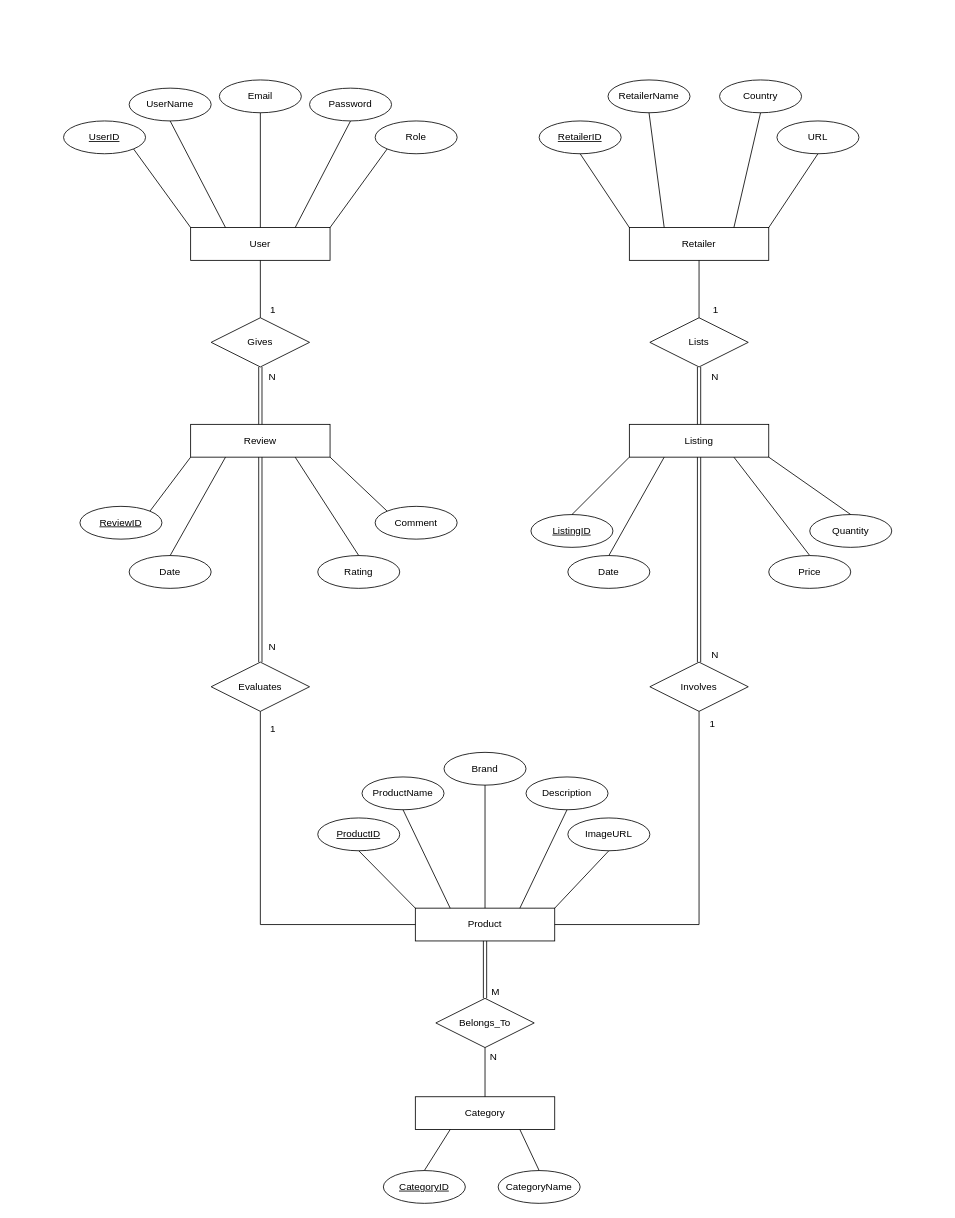
Earlier version of the draw.io diagram CompareIt_Database.drawio (HamdaanMirza/Procrastinators). Source tidied: cells renumbered, new cells numbered last; positions are measured from the earlier drawing's top-left corner, leaving out a move shared by most shapes. Both pictures are drawn from the tidied source at 82%, with x=0, y=0 at pixel (63, 80).
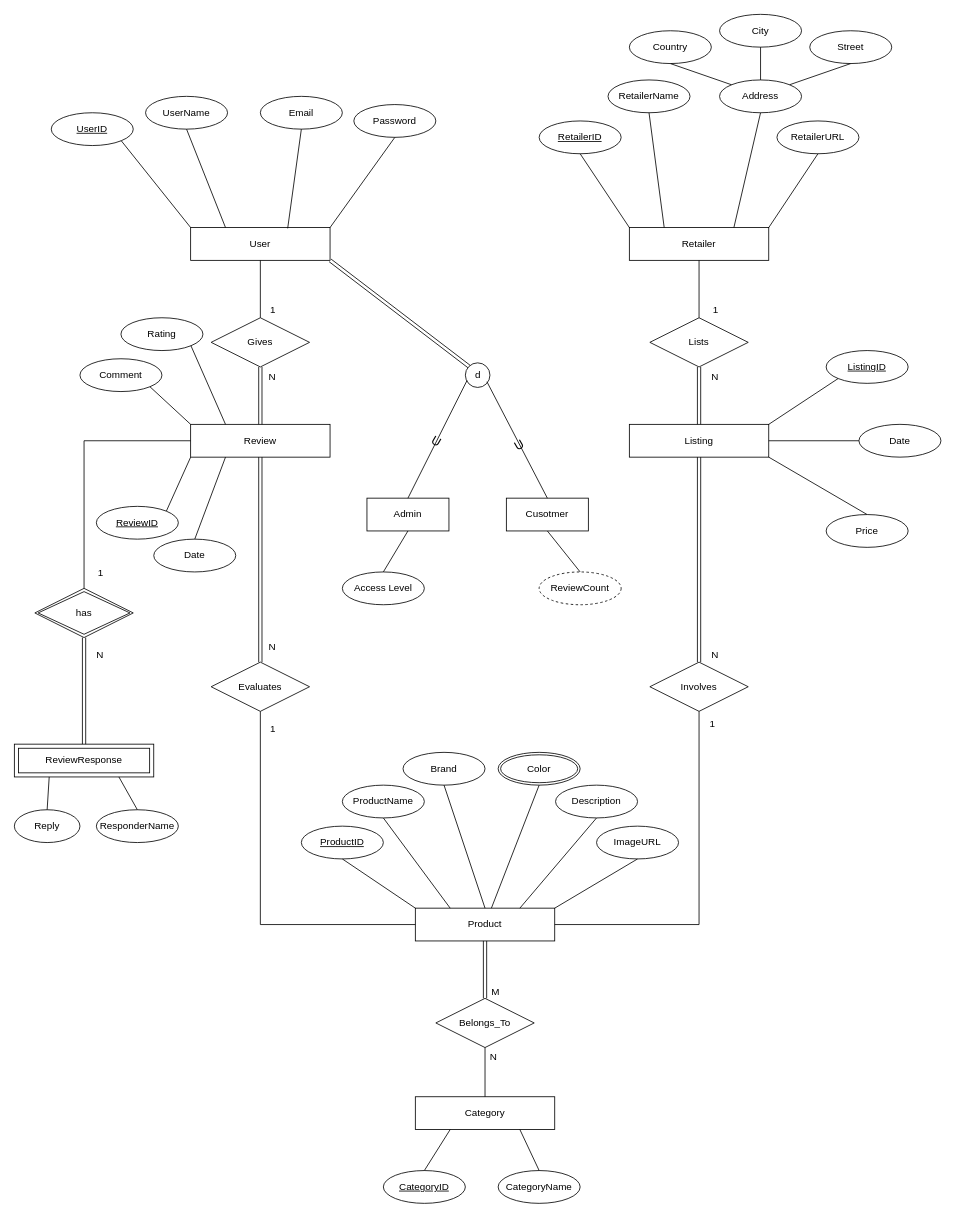
After the change.

Commit message:
Added some enhancements to the EER Diagram

Unchanged cells that the change refers to:
```xml
<mxCell id="2" value="User" style="whiteSpace=wrap;html=1;align=center;" parent="1" vertex="1">
  <mxGeometry x="155" y="180" width="170" height="40" as="geometry" />
</mxCell>
<mxCell id="13" value="Review" style="whiteSpace=wrap;html=1;align=center;" parent="1" vertex="1">
  <mxGeometry x="155" y="420" width="170" height="40" as="geometry" />
</mxCell>
<mxCell id="36" value="Listing" style="whiteSpace=wrap;html=1;align=center;" parent="1" vertex="1">
  <mxGeometry x="690" y="420" width="170" height="40" as="geometry" />
</mxCell>
<mxCell id="50" value="Product" style="whiteSpace=wrap;html=1;align=center;" parent="1" vertex="1">
  <mxGeometry x="429" y="1010" width="170" height="40" as="geometry" />
</mxCell>
```

Change to the diagram source:
```diff
@@
     <mxCell id="3" value="UserID" style="ellipse;whiteSpace=wrap;html=1;align=center;fontStyle=4;" parent="1" vertex="1">
-      <mxGeometry y="50" width="100" height="40" as="geometry" />
+      <mxGeometry x="-15" y="40" width="100" height="40" as="geometry" />
     </mxCell>
@@
     <mxCell id="5" value="UserName" style="ellipse;whiteSpace=wrap;html=1;align=center;" parent="1" vertex="1">
-      <mxGeometry x="80" y="10" width="100" height="40" as="geometry" />
+      <mxGeometry x="100" y="20" width="100" height="40" as="geometry" />
     </mxCell>
     <mxCell id="6" value="Email" style="ellipse;whiteSpace=wrap;html=1;align=center;" parent="1" vertex="1">
-      <mxGeometry x="190" width="100" height="40" as="geometry" />
+      <mxGeometry x="240" y="20" width="100" height="40" as="geometry" />
     </mxCell>
     <mxCell id="7" value="Password" style="ellipse;whiteSpace=wrap;html=1;align=center;" parent="1" vertex="1">
-      <mxGeometry x="300" y="10" width="100" height="40" as="geometry" />
+      <mxGeometry x="354" y="30" width="100" height="40" as="geometry" />
     </mxCell>
-    <mxCell id="8" value="Role" style="ellipse;whiteSpace=wrap;html=1;align=center;" parent="1" vertex="1">
-      <mxGeometry x="380" y="50" width="100" height="40" as="geometry" />
-    </mxCell>
@@
-    <mxCell id="10" style="endArrow=none;html=1;rounded=0;exitX=0.5;exitY=1;exitDx=0;exitDy=0;entryX=0.5;entryY=0;entryDx=0;entryDy=0;" parent="1" edge="1" source="6" target="2">
+    <mxCell id="10" style="endArrow=none;html=1;rounded=0;exitX=0.5;exitY=1;exitDx=0;exitDy=0;entryX=0.696;entryY=0.025;entryDx=0;entryDy=0;entryPerimeter=0;" parent="1" edge="1" source="6" target="2">
       <mxGeometry relative="1" as="geometry" />
     </mxCell>
-    <mxCell id="11" style="endArrow=none;html=1;rounded=0;exitX=0.75;exitY=0;exitDx=0;exitDy=0;entryX=0.5;entryY=1;entryDx=0;entryDy=0;" parent="1" edge="1" source="2" target="7">
+    <mxCell id="11" style="endArrow=none;html=1;rounded=0;exitX=1;exitY=0;exitDx=0;exitDy=0;entryX=0.5;entryY=1;entryDx=0;entryDy=0;" parent="1" edge="1" source="2" target="7">
       <mxGeometry relative="1" as="geometry" />
     </mxCell>
-    <mxCell id="12" style="endArrow=none;html=1;rounded=0;exitX=1;exitY=0;exitDx=0;exitDy=0;entryX=0;entryY=1;entryDx=0;entryDy=0;" parent="1" edge="1" source="2" target="8">
-      <mxGeometry relative="1" as="geometry" />
-    </mxCell>
@@
     <mxCell id="14" value="ReviewID" style="ellipse;whiteSpace=wrap;html=1;align=center;fontStyle=4;" parent="1" vertex="1">
-      <mxGeometry x="20" y="520" width="100" height="40" as="geometry" />
+      <mxGeometry x="40" y="520" width="100" height="40" as="geometry" />
     </mxCell>
     <mxCell id="15" value="Date" style="ellipse;whiteSpace=wrap;html=1;align=center;" parent="1" vertex="1">
-      <mxGeometry x="80" y="580" width="100" height="40" as="geometry" />
+      <mxGeometry x="110" y="560" width="100" height="40" as="geometry" />
     </mxCell>
     <mxCell id="16" value="Rating" style="ellipse;whiteSpace=wrap;html=1;align=center;" parent="1" vertex="1">
-      <mxGeometry x="310" y="580" width="100" height="40" as="geometry" />
+      <mxGeometry x="70" y="290" width="100" height="40" as="geometry" />
     </mxCell>
     <mxCell id="17" value="Comment" style="ellipse;whiteSpace=wrap;html=1;align=center;" parent="1" vertex="1">
-      <mxGeometry x="380" y="520" width="100" height="40" as="geometry" />
+      <mxGeometry x="20" y="340" width="100" height="40" as="geometry" />
     </mxCell>
@@
-    <mxCell id="19" style="endArrow=none;html=1;rounded=0;exitX=1;exitY=1;exitDx=0;exitDy=0;entryX=0;entryY=0;entryDx=0;entryDy=0;" parent="1" edge="1" source="13" target="17">
+    <mxCell id="19" style="endArrow=none;html=1;rounded=0;exitX=0;exitY=0;exitDx=0;exitDy=0;entryX=1;entryY=1;entryDx=0;entryDy=0;" parent="1" edge="1" source="13" target="17">
       <mxGeometry relative="1" as="geometry" />
     </mxCell>
-    <mxCell id="20" style="endArrow=none;html=1;rounded=0;exitX=0.75;exitY=1;exitDx=0;exitDy=0;entryX=0.5;entryY=0;entryDx=0;entryDy=0;" parent="1" edge="1" source="13" target="16">
+    <mxCell id="20" style="endArrow=none;html=1;rounded=0;exitX=0.25;exitY=0;exitDx=0;exitDy=0;entryX=1;entryY=1;entryDx=0;entryDy=0;" parent="1" edge="1" source="13" target="16">
       <mxGeometry relative="1" as="geometry" />
     </mxCell>
@@
-    <mxCell id="30" value="Country" style="ellipse;whiteSpace=wrap;html=1;align=center;" parent="1" vertex="1">
+    <mxCell id="30" value="Address" style="ellipse;whiteSpace=wrap;html=1;align=center;" parent="1" vertex="1">
       <mxGeometry x="800" width="100" height="40" as="geometry" />
     </mxCell>
-    <mxCell id="31" value="URL" style="ellipse;whiteSpace=wrap;html=1;align=center;" parent="1" vertex="1">
+    <mxCell id="31" value="RetailerURL" style="ellipse;whiteSpace=wrap;html=1;align=center;" parent="1" vertex="1">
       <mxGeometry x="870" y="50" width="100" height="40" as="geometry" />
     </mxCell>
@@
     <mxCell id="37" value="ListingID" style="ellipse;whiteSpace=wrap;html=1;align=center;fontStyle=4;" parent="1" vertex="1">
-      <mxGeometry x="570" y="530" width="100" height="40" as="geometry" />
+      <mxGeometry x="930" y="330" width="100" height="40" as="geometry" />
     </mxCell>
-    <mxCell id="38" value="Quantity" style="ellipse;whiteSpace=wrap;html=1;align=center;" parent="1" vertex="1">
-      <mxGeometry x="910" y="530" width="100" height="40" as="geometry" />
-    </mxCell>
-    <mxCell id="39" style="endArrow=none;html=1;rounded=0;exitX=0.5;exitY=0;exitDx=0;exitDy=0;entryX=0;entryY=1;entryDx=0;entryDy=0;" parent="1" edge="1" source="37" target="36">
+    <mxCell id="39" style="endArrow=none;html=1;rounded=0;exitX=0;exitY=1;exitDx=0;exitDy=0;entryX=1;entryY=0;entryDx=0;entryDy=0;" parent="1" edge="1" source="37" target="36">
       <mxGeometry relative="1" as="geometry" />
     </mxCell>
-    <mxCell id="40" style="endArrow=none;html=1;rounded=0;exitX=0.75;exitY=1;exitDx=0;exitDy=0;entryX=0.5;entryY=0;entryDx=0;entryDy=0;" parent="1" edge="1" source="36" target="42">
+    <mxCell id="40" style="endArrow=none;html=1;rounded=0;exitX=1;exitY=1;exitDx=0;exitDy=0;entryX=0.5;entryY=0;entryDx=0;entryDy=0;" parent="1" edge="1" source="36" target="42">
       <mxGeometry relative="1" as="geometry" />
     </mxCell>
-    <mxCell id="41" style="endArrow=none;html=1;rounded=0;exitX=1;exitY=1;exitDx=0;exitDy=0;entryX=0.5;entryY=0;entryDx=0;entryDy=0;" parent="1" edge="1" source="36" target="38">
-      <mxGeometry relative="1" as="geometry" />
-    </mxCell>
     <mxCell id="42" value="Price" style="ellipse;whiteSpace=wrap;html=1;align=center;" parent="1" vertex="1">
-      <mxGeometry x="860" y="580" width="100" height="40" as="geometry" />
+      <mxGeometry x="930" y="530" width="100" height="40" as="geometry" />
     </mxCell>
@@
     <mxCell id="48" value="Date" style="ellipse;whiteSpace=wrap;html=1;align=center;" parent="1" vertex="1">
-      <mxGeometry x="615" y="580" width="100" height="40" as="geometry" />
+      <mxGeometry x="970" y="420" width="100" height="40" as="geometry" />
     </mxCell>
-    <mxCell id="49" style="endArrow=none;html=1;rounded=0;exitX=0.25;exitY=1;exitDx=0;exitDy=0;entryX=0.5;entryY=0;entryDx=0;entryDy=0;" parent="1" edge="1" source="36" target="48">
+    <mxCell id="49" style="endArrow=none;html=1;rounded=0;entryX=0;entryY=0.5;entryDx=0;entryDy=0;exitX=1;exitY=0.5;exitDx=0;exitDy=0;" parent="1" edge="1" source="36" target="48">
       <mxGeometry relative="1" as="geometry" />
     </mxCell>
@@
     <mxCell id="51" value="ProductID" style="ellipse;whiteSpace=wrap;html=1;align=center;fontStyle=4;" parent="1" vertex="1">
-      <mxGeometry x="310" y="900" width="100" height="40" as="geometry" />
+      <mxGeometry x="290" y="910" width="100" height="40" as="geometry" />
     </mxCell>
     <mxCell id="52" value="ProductName" style="ellipse;whiteSpace=wrap;html=1;align=center;" parent="1" vertex="1">
-      <mxGeometry x="364" y="850" width="100" height="40" as="geometry" />
+      <mxGeometry x="340" y="860" width="100" height="40" as="geometry" />
     </mxCell>
     <mxCell id="53" value="Brand" style="ellipse;whiteSpace=wrap;html=1;align=center;" parent="1" vertex="1">
-      <mxGeometry x="464" y="820" width="100" height="40" as="geometry" />
+      <mxGeometry x="414" y="820" width="100" height="40" as="geometry" />
     </mxCell>
     <mxCell id="54" value="Description" style="ellipse;whiteSpace=wrap;html=1;align=center;" parent="1" vertex="1">
-      <mxGeometry x="564" y="850" width="100" height="40" as="geometry" />
+      <mxGeometry x="600" y="860" width="100" height="40" as="geometry" />
     </mxCell>
     <mxCell id="55" value="ImageURL" style="ellipse;whiteSpace=wrap;html=1;align=center;" parent="1" vertex="1">
-      <mxGeometry x="615" y="900" width="100" height="40" as="geometry" />
+      <mxGeometry x="650" y="910" width="100" height="40" as="geometry" />
     </mxCell>
@@
+    <mxCell id="81" value="Country" style="ellipse;whiteSpace=wrap;html=1;align=center;" parent="1" vertex="1">
+      <mxGeometry x="690" y="-60" width="100" height="40" as="geometry" />
+    </mxCell>
+    <mxCell id="82" value="City" style="ellipse;whiteSpace=wrap;html=1;align=center;" parent="1" vertex="1">
+      <mxGeometry x="800" y="-80" width="100" height="40" as="geometry" />
+    </mxCell>
+    <mxCell id="83" value="Street" style="ellipse;whiteSpace=wrap;html=1;align=center;" parent="1" vertex="1">
+      <mxGeometry x="910" y="-60" width="100" height="40" as="geometry" />
+    </mxCell>
+    <mxCell id="84" style="endArrow=none;html=1;rounded=0;exitX=0.5;exitY=1;exitDx=0;exitDy=0;entryX=0;entryY=0;entryDx=0;entryDy=0;" parent="1" edge="1" source="81" target="30">
+      <mxGeometry relative="1" as="geometry" />
+    </mxCell>
+    <mxCell id="85" style="endArrow=none;html=1;rounded=0;exitX=0.5;exitY=1;exitDx=0;exitDy=0;entryX=0.5;entryY=0;entryDx=0;entryDy=0;" parent="1" edge="1" source="82" target="30">
+      <mxGeometry relative="1" as="geometry" />
+    </mxCell>
+    <mxCell id="86" style="endArrow=none;html=1;rounded=0;exitX=0.5;exitY=1;exitDx=0;exitDy=0;entryX=1;entryY=0;entryDx=0;entryDy=0;" parent="1" edge="1" source="83" target="30">
+      <mxGeometry relative="1" as="geometry" />
+    </mxCell>
+    <mxCell id="87" value="Color" style="ellipse;shape=doubleEllipse;margin=3;whiteSpace=wrap;html=1;align=center;" parent="1" vertex="1">
+      <mxGeometry x="530" y="820" width="100" height="40" as="geometry" />
+    </mxCell>
+    <mxCell id="88" style="endArrow=none;html=1;rounded=0;entryX=0.5;entryY=1;entryDx=0;entryDy=0;" parent="1" edge="1" source="50" target="87">
+      <mxGeometry relative="1" as="geometry" />
+    </mxCell>
+    <mxCell id="89" value="ReviewCount" style="ellipse;whiteSpace=wrap;html=1;align=center;dashed=1;" parent="1" vertex="1">
+      <mxGeometry x="580" y="600" width="100" height="40" as="geometry" />
+    </mxCell>
+    <mxCell id="90" style="endArrow=none;html=1;rounded=0;exitX=0.5;exitY=0;exitDx=0;exitDy=0;entryX=0.5;entryY=1;entryDx=0;entryDy=0;" parent="1" edge="1" source="89" target="105">
+      <mxGeometry relative="1" as="geometry" />
+    </mxCell>
+    <mxCell id="91" value="ReviewResponse" style="shape=ext;margin=3;double=1;whiteSpace=wrap;html=1;align=center;" parent="1" vertex="1">
+      <mxGeometry x="-60" y="810" width="170" height="40" as="geometry" />
+    </mxCell>
+    <mxCell id="92" value="Reply" style="ellipse;whiteSpace=wrap;html=1;align=center;" parent="1" vertex="1">
+      <mxGeometry x="-60" y="890" width="80" height="40" as="geometry" />
+    </mxCell>
+    <mxCell id="93" value="ResponderName" style="ellipse;whiteSpace=wrap;html=1;align=center;" parent="1" vertex="1">
+      <mxGeometry x="40" y="890" width="100" height="40" as="geometry" />
+    </mxCell>
+    <mxCell id="94" value="has" style="shape=rhombus;double=1;perimeter=rhombusPerimeter;whiteSpace=wrap;html=1;align=center;" parent="1" vertex="1">
+      <mxGeometry x="-35" y="620" width="120" height="60" as="geometry" />
+    </mxCell>
+    <mxCell id="95" style="shape=link;html=1;rounded=0;exitX=0.5;exitY=0;exitDx=0;exitDy=0;entryX=0.5;entryY=1;entryDx=0;entryDy=0;" parent="1" edge="1" source="91" target="94">
+      <mxGeometry relative="1" as="geometry" />
+    </mxCell>
+    <mxCell id="96" value="N" style="html=1;whiteSpace=wrap;align=right;verticalAlign=bottom;" parent="95" vertex="1">
+      <mxGeometry x="1" relative="1" as="geometry">
+        <mxPoint x="25" y="30" as="offset" />
+      </mxGeometry>
+    </mxCell>
+    <mxCell id="97" style="endArrow=none;html=1;rounded=0;entryX=0.5;entryY=0;entryDx=0;entryDy=0;exitX=0;exitY=0.5;exitDx=0;exitDy=0;" parent="1" edge="1" source="13" target="94">
+      <mxGeometry relative="1" as="geometry">
+        <Array as="points">
+          <mxPoint x="25" y="440" />
+        </Array>
+      </mxGeometry>
+    </mxCell>
+    <mxCell id="98" value="1" style="html=1;whiteSpace=wrap;align=right;verticalAlign=bottom;" parent="97" vertex="1">
+      <mxGeometry x="1" relative="1" as="geometry">
+        <mxPoint x="25" y="-10" as="offset" />
+      </mxGeometry>
+    </mxCell>
+    <mxCell id="99" style="endArrow=none;html=1;rounded=0;exitX=0.25;exitY=1;exitDx=0;exitDy=0;entryX=0.5;entryY=0;entryDx=0;entryDy=0;" parent="1" edge="1" source="91" target="92">
+      <mxGeometry relative="1" as="geometry" />
+    </mxCell>
+    <mxCell id="100" style="endArrow=none;html=1;rounded=0;exitX=0.75;exitY=1;exitDx=0;exitDy=0;entryX=0.5;entryY=0;entryDx=0;entryDy=0;" parent="1" edge="1" source="91" target="93">
+      <mxGeometry relative="1" as="geometry" />
+    </mxCell>
+    <mxCell id="101" style="ellipse;whiteSpace=wrap;html=1;" parent="1" vertex="1">
+      <mxGeometry x="490" y="345" width="30" height="30" as="geometry" />
+    </mxCell>
+    <mxCell id="102" value="d" style="text;html=1;align=center;verticalAlign=middle;points=[];strokeColor=none;fillColor=none;strokeWidth=2;" parent="1" vertex="1">
+      <mxGeometry x="490" y="345" width="30" height="30" as="geometry" />
+    </mxCell>
+    <mxCell id="103" style="shape=link;html=1;rounded=0;exitX=1;exitY=1;exitDx=0;exitDy=0;entryX=0;entryY=0;entryDx=0;entryDy=0;" parent="1" edge="1" source="2" target="101">
+      <mxGeometry relative="1" as="geometry" />
+    </mxCell>
+    <mxCell id="104" value="Admin" style="whiteSpace=wrap;html=1;align=center;" parent="1" vertex="1">
+      <mxGeometry x="370" y="510" width="100" height="40" as="geometry" />
+    </mxCell>
+    <mxCell id="105" value="Cusotmer" style="whiteSpace=wrap;html=1;align=center;" parent="1" vertex="1">
+      <mxGeometry x="540" y="510" width="100" height="40" as="geometry" />
+    </mxCell>
+    <mxCell id="106" style="endArrow=none;html=1;rounded=0;exitX=0.068;exitY=0.717;exitDx=0;exitDy=0;exitPerimeter=0;entryX=0.5;entryY=0;entryDx=0;entryDy=0;" parent="1" edge="1" source="102" target="104">
+      <mxGeometry relative="1" as="geometry" />
+    </mxCell>
+    <mxCell id="107" style="endArrow=none;html=1;rounded=0;exitX=0.878;exitY=0.769;exitDx=0;exitDy=0;exitPerimeter=0;entryX=0.5;entryY=0;entryDx=0;entryDy=0;" parent="1" edge="1" source="102" target="105">
+      <mxGeometry relative="1" as="geometry" />
+    </mxCell>
+    <mxCell id="108" value="&lt;font&gt;U&lt;/font&gt;" style="text;html=1;align=center;verticalAlign=middle;strokeColor=none;fillColor=none;fontSize=15;fontColor=default;rotation=-30;" parent="1" vertex="1">
+      <mxGeometry x="540" y="430" width="30" height="30" as="geometry" />
+    </mxCell>
+    <mxCell id="109" value="&lt;font&gt;U&lt;/font&gt;" style="text;html=1;align=center;verticalAlign=middle;strokeColor=none;fillColor=none;fontSize=15;fontColor=default;rotation=30;" parent="1" vertex="1">
+      <mxGeometry x="440" y="425" width="30" height="30" as="geometry" />
+    </mxCell>
+    <mxCell id="110" value="&lt;div&gt;Access Level&lt;/div&gt;" style="ellipse;whiteSpace=wrap;html=1;align=center;" parent="1" vertex="1">
+      <mxGeometry x="340" y="600" width="100" height="40" as="geometry" />
+    </mxCell>
+    <mxCell id="111" style="endArrow=none;html=1;rounded=0;exitX=0.5;exitY=1;exitDx=0;exitDy=0;entryX=0.5;entryY=0;entryDx=0;entryDy=0;" parent="1" edge="1" source="104" target="110">
+      <mxGeometry relative="1" as="geometry" />
+    </mxCell>
```
